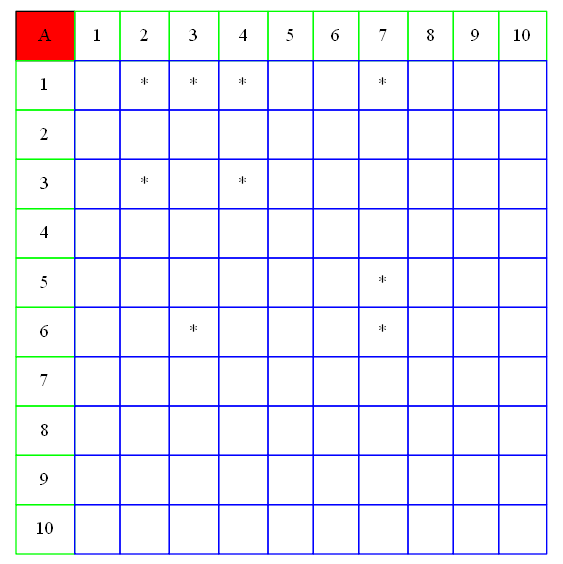
AbidelLux/Proyecto02_1S2021IPC2_JAMES keeps this Graphviz diagram as Resultado.dot.png. Above is the earlier version. Its source is kept beside it as Resultado.dot.
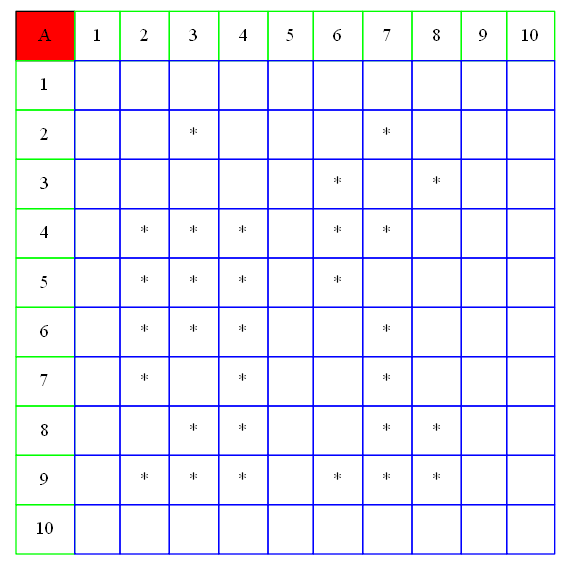
The same file after the commit.

Change to the diagram source:
```diff
@@ -6,15 +6,15 @@
 
 		<table border="0" color="green" cellpadding="10" cellborder="1" cellspacing="0">
 	<tr><td bgcolor = "red" color="black"> A </td><td color="green">1</td><td color="green">2</td><td color="green">3</td><td color="green">4</td><td color="green">5</td><td color="green">6</td><td color="green">7</td><td color="green">8</td><td color="green">9</td><td color="green">10</td></tr>
-			<tr><td color="green"> 1 </td><td color="blue">   </td><td color="blue"> * </td><td color="blue"> * </td><td color="blue"> * </td><td color="blue">   </td><td color="blue">   </td><td color="blue"> * </td><td color="blue">   </td><td color="blue">   </td><td color="blue">   </td></tr>
-			<tr><td color="green"> 2 </td><td color="blue">   </td><td color="blue">   </td><td color="blue">   </td><td color="blue">   </td><td color="blue">   </td><td color="blue">   </td><td color="blue">   </td><td color="blue">   </td><td color="blue">   </td><td color="blue">   </td></tr>
-			<tr><td color="green"> 3 </td><td color="blue">   </td><td color="blue"> * </td><td color="blue">   </td><td color="blue"> * </td><td color="blue">   </td><td color="blue">   </td><td color="blue">   </td><td color="blue">   </td><td color="blue">   </td><td color="blue">   </td></tr>
-			<tr><td color="green"> 4 </td><td color="blue">   </td><td color="blue">   </td><td color="blue">   </td><td color="blue">   </td><td color="blue">   </td><td color="blue">   </td><td color="blue">   </td><td color="blue">   </td><td color="blue">   </td><td color="blue">   </td></tr>
-			<tr><td color="green"> 5 </td><td color="blue">   </td><td color="blue">   </td><td color="blue">   </td><td color="blue">   </td><td color="blue">   </td><td color="blue">   </td><td color="blue"> * </td><td color="blue">   </td><td color="blue">   </td><td color="blue">   </td></tr>
-			<tr><td color="green"> 6 </td><td color="blue">   </td><td color="blue">   </td><td color="blue"> * </td><td color="blue">   </td><td color="blue">   </td><td color="blue">   </td><td color="blue"> * </td><td color="blue">   </td><td color="blue">   </td><td color="blue">   </td></tr>
-			<tr><td color="green"> 7 </td><td color="blue">   </td><td color="blue">   </td><td color="blue">   </td><td color="blue">   </td><td color="blue">   </td><td color="blue">   </td><td color="blue">   </td><td color="blue">   </td><td color="blue">   </td><td color="blue">   </td></tr>
-			<tr><td color="green"> 8 </td><td color="blue">   </td><td color="blue">   </td><td color="blue">   </td><td color="blue">   </td><td color="blue">   </td><td color="blue">   </td><td color="blue">   </td><td color="blue">   </td><td color="blue">   </td><td color="blue">   </td></tr>
-			<tr><td color="green"> 9 </td><td color="blue">   </td><td color="blue">   </td><td color="blue">   </td><td color="blue">   </td><td color="blue">   </td><td color="blue">   </td><td color="blue">   </td><td color="blue">   </td><td color="blue">   </td><td color="blue">   </td></tr>
+			<tr><td color="green"> 1 </td><td color="blue">   </td><td color="blue">   </td><td color="blue">   </td><td color="blue">   </td><td color="blue">   </td><td color="blue">   </td><td color="blue">   </td><td color="blue">   </td><td color="blue">   </td><td color="blue">   </td></tr>
+			<tr><td color="green"> 2 </td><td color="blue">   </td><td color="blue">   </td><td color="blue"> * </td><td color="blue">   </td><td color="blue">   </td><td color="blue">   </td><td color="blue"> * </td><td color="blue">   </td><td color="blue">   </td><td color="blue">   </td></tr>
+			<tr><td color="green"> 3 </td><td color="blue">   </td><td color="blue">   </td><td color="blue">   </td><td color="blue">   </td><td color="blue">   </td><td color="blue"> * </td><td color="blue">   </td><td color="blue"> * </td><td color="blue">   </td><td color="blue">   </td></tr>
+			<tr><td color="green"> 4 </td><td color="blue">   </td><td color="blue"> * </td><td color="blue"> * </td><td color="blue"> * </td><td color="blue">   </td><td color="blue"> * </td><td color="blue"> * </td><td color="blue">   </td><td color="blue">   </td><td color="blue">   </td></tr>
+			<tr><td color="green"> 5 </td><td color="blue">   </td><td color="blue"> * </td><td color="blue"> * </td><td color="blue"> * </td><td color="blue">   </td><td color="blue"> * </td><td color="blue">   </td><td color="blue">   </td><td color="blue">   </td><td color="blue">   </td></tr>
+			<tr><td color="green"> 6 </td><td color="blue">   </td><td color="blue"> * </td><td color="blue"> * </td><td color="blue"> * </td><td color="blue">   </td><td color="blue">   </td><td color="blue"> * </td><td color="blue">   </td><td color="blue">   </td><td color="blue">   </td></tr>
+			<tr><td color="green"> 7 </td><td color="blue">   </td><td color="blue"> * </td><td color="blue">   </td><td color="blue"> * </td><td color="blue">   </td><td color="blue">   </td><td color="blue"> * </td><td color="blue">   </td><td color="blue">   </td><td color="blue">   </td></tr>
+			<tr><td color="green"> 8 </td><td color="blue">   </td><td color="blue">   </td><td color="blue"> * </td><td color="blue"> * </td><td color="blue">   </td><td color="blue">   </td><td color="blue"> * </td><td color="blue"> * </td><td color="blue">   </td><td color="blue">   </td></tr>
+			<tr><td color="green"> 9 </td><td color="blue">   </td><td color="blue"> * </td><td color="blue"> * </td><td color="blue"> * </td><td color="blue">   </td><td color="blue"> * </td><td color="blue"> * </td><td color="blue"> * </td><td color="blue">   </td><td color="blue">   </td></tr>
 			<tr><td color="green"> 10 </td><td color="blue">   </td><td color="blue">   </td><td color="blue">   </td><td color="blue">   </td><td color="blue">   </td><td color="blue">   </td><td color="blue">   </td><td color="blue">   </td><td color="blue">   </td><td color="blue">   </td></tr>
 			</table>
 		>];
```
